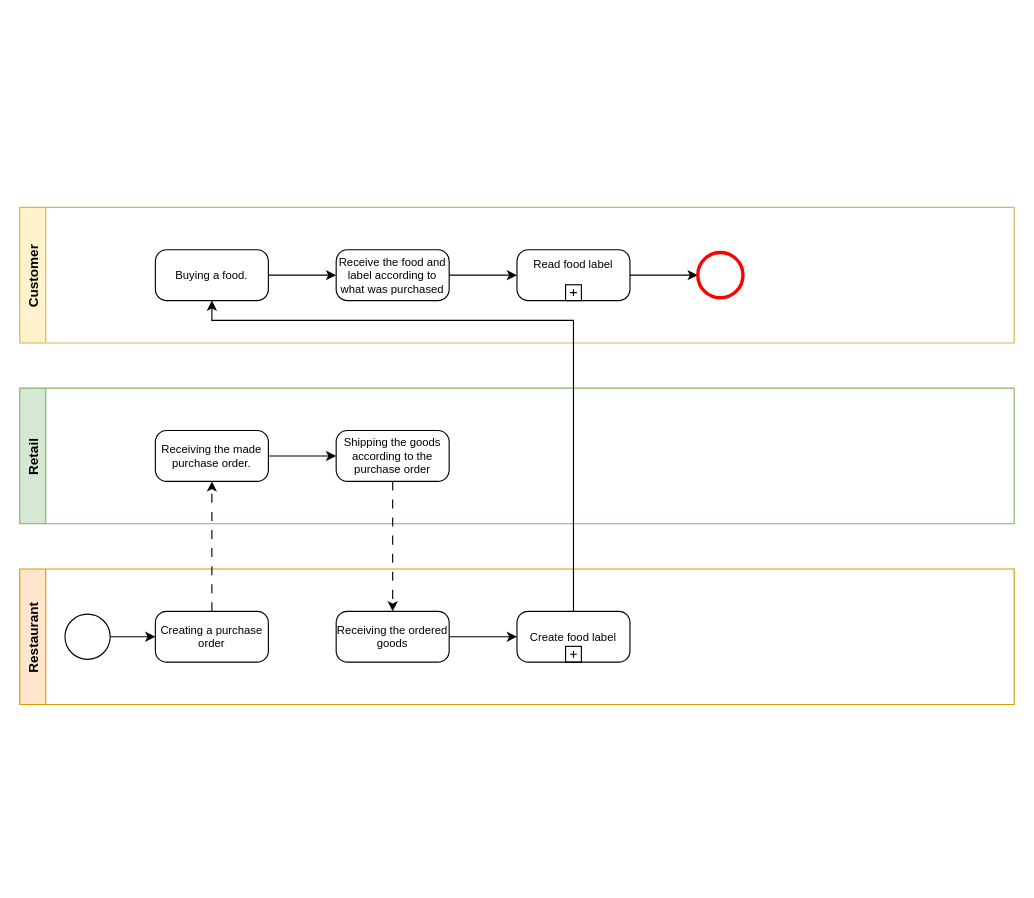
hanggaa/Diagram keeps this draw.io diagram as page "BPMN Level 2" (5 of 5) of Unique/Paper Safe Wallet.drawio. Above is the earlier version. Source tidied: cells renumbered, new cells numbered last; positions are measured from the earlier drawing's top-left corner, leaving out a move shared by most shapes. Both pictures are drawn from the tidied source at 113%, with x=0, y=0 at pixel (19, 207).
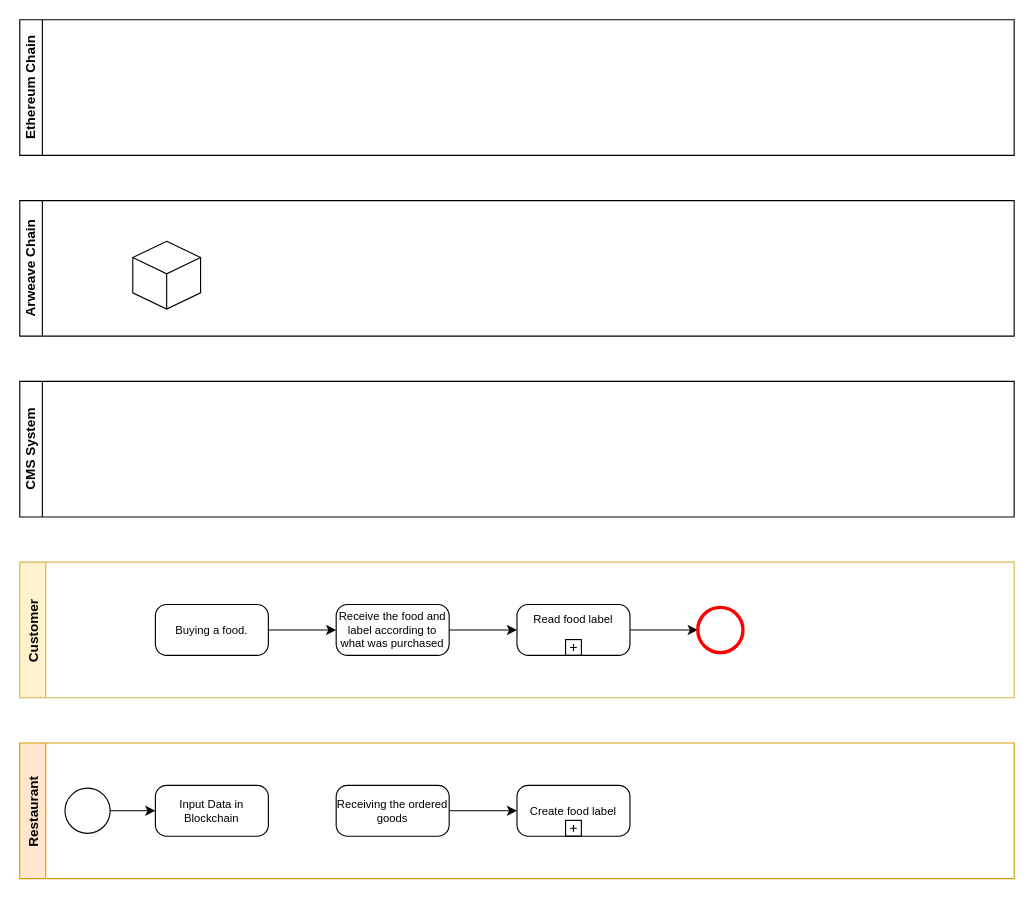
Above is the later version.

The change refers to these unchanged cells:
```xml
<mxCell id="11" value="Receiving the ordered goods" style="points=[[0.25,0,0],[0.5,0,0],[0.75,0,0],[1,0.25,0],[1,0.5,0],[1,0.75,0],[0.75,1,0],[0.5,1,0],[0.25,1,0],[0,0.75,0],[0,0.5,0],[0,0.25,0]];shape=mxgraph.bpmn.task;whiteSpace=wrap;rectStyle=rounded;size=10;taskMarker=abstract;fontSize=10;" parent="6" vertex="1">
  <mxGeometry x="280" y="37.5" width="100" height="45" as="geometry" />
</mxCell>
<mxCell id="12" value="Create food label" style="points=[[0.25,0,0],[0.5,0,0],[0.75,0,0],[1,0.25,0],[1,0.5,0],[1,0.75,0],[0.75,1,0],[0.5,1,0],[0.25,1,0],[0,0.75,0],[0,0.5,0],[0,0.25,0]];shape=mxgraph.bpmn.task;whiteSpace=wrap;rectStyle=rounded;size=10;taskMarker=abstract;isLoopSub=1;fontSize=10;" parent="6" vertex="1">
  <mxGeometry x="440" y="37.5" width="100" height="45" as="geometry" />
</mxCell>
<mxCell id="15" value="Buying a food." style="points=[[0.25,0,0],[0.5,0,0],[0.75,0,0],[1,0.25,0],[1,0.5,0],[1,0.75,0],[0.75,1,0],[0.5,1,0],[0.25,1,0],[0,0.75,0],[0,0.5,0],[0,0.25,0]];shape=mxgraph.bpmn.task;whiteSpace=wrap;rectStyle=rounded;size=10;taskMarker=abstract;fontSize=10;" parent="13" vertex="1">
  <mxGeometry x="120" y="37.5" width="100" height="45" as="geometry" />
</mxCell>
```

Change to the diagram source:
```diff
@@
-    <mxCell id="2" value="Retail" style="swimlane;horizontal=0;fillColor=#d5e8d4;strokeColor=#82b366;" parent="1" vertex="1">
-      <mxGeometry y="160" width="880" height="120" as="geometry" />
-    </mxCell>
-    <mxCell id="3" style="edgeStyle=orthogonalEdgeStyle;rounded=0;jettySize=auto;html=1;exitX=1;exitY=0.5;exitDx=0;exitDy=0;exitPerimeter=0;entryX=0;entryY=0.5;entryDx=0;entryDy=0;entryPerimeter=0;" parent="2" edge="1" source="4" target="5">
-      <mxGeometry relative="1" as="geometry" />
-    </mxCell>
-    <mxCell id="4" value="Receiving the made purchase order." style="points=[[0.25,0,0],[0.5,0,0],[0.75,0,0],[1,0.25,0],[1,0.5,0],[1,0.75,0],[0.75,1,0],[0.5,1,0],[0.25,1,0],[0,0.75,0],[0,0.5,0],[0,0.25,0]];shape=mxgraph.bpmn.task;whiteSpace=wrap;rectStyle=rounded;size=10;taskMarker=abstract;fontSize=10;" parent="2" vertex="1">
-      <mxGeometry x="120" y="37.5" width="100" height="45" as="geometry" />
-    </mxCell>
-    <mxCell id="5" value="Shipping the goods according to the purchase order" style="points=[[0.25,0,0],[0.5,0,0],[0.75,0,0],[1,0.25,0],[1,0.5,0],[1,0.75,0],[0.75,1,0],[0.5,1,0],[0.25,1,0],[0,0.75,0],[0,0.5,0],[0,0.25,0]];shape=mxgraph.bpmn.task;whiteSpace=wrap;rectStyle=rounded;size=10;taskMarker=abstract;fontSize=10;" parent="2" vertex="1">
-      <mxGeometry x="280" y="37.5" width="100" height="45" as="geometry" />
-    </mxCell>
     <mxCell id="6" value="Restaurant" style="swimlane;horizontal=0;startSize=23;fillColor=#ffe6cc;strokeColor=#d79b00;" parent="1" vertex="1">
-      <mxGeometry y="320" width="880" height="120" as="geometry" />
+      <mxGeometry y="474" width="880" height="120" as="geometry" />
     </mxCell>
-    <mxCell id="7" value="Creating a purchase order" style="points=[[0.25,0,0],[0.5,0,0],[0.75,0,0],[1,0.25,0],[1,0.5,0],[1,0.75,0],[0.75,1,0],[0.5,1,0],[0.25,1,0],[0,0.75,0],[0,0.5,0],[0,0.25,0]];shape=mxgraph.bpmn.task;whiteSpace=wrap;rectStyle=rounded;size=10;taskMarker=abstract;fontSize=10;" parent="6" vertex="1">
+    <mxCell id="7" value="Input Data in Blockchain" style="points=[[0.25,0,0],[0.5,0,0],[0.75,0,0],[1,0.25,0],[1,0.5,0],[1,0.75,0],[0.75,1,0],[0.5,1,0],[0.25,1,0],[0,0.75,0],[0,0.5,0],[0,0.25,0]];shape=mxgraph.bpmn.task;whiteSpace=wrap;rectStyle=rounded;size=10;taskMarker=abstract;fontSize=10;" parent="6" vertex="1">
       <mxGeometry x="120" y="37.5" width="100" height="45" as="geometry" />
     </mxCell>
@@
     <mxCell id="13" value="Customer" style="swimlane;horizontal=0;startSize=23;fillColor=#fff2cc;strokeColor=#d6b656;" parent="1" vertex="1">
-      <mxGeometry width="880" height="120" as="geometry" />
+      <mxGeometry y="314" width="880" height="120" as="geometry" />
     </mxCell>
@@
-    <mxCell id="21" style="edgeStyle=orthogonalEdgeStyle;rounded=0;jettySize=auto;html=1;entryX=0.5;entryY=1;entryDx=0;entryDy=0;entryPerimeter=0;dashed=1;dashPattern=8 8;" parent="1" edge="1" source="7" target="4">
-      <mxGeometry relative="1" as="geometry" />
-    </mxCell>
-    <mxCell id="22" style="edgeStyle=orthogonalEdgeStyle;rounded=0;jettySize=auto;html=1;entryX=0.5;entryY=0;entryDx=0;entryDy=0;entryPerimeter=0;dashed=1;dashPattern=8 8;" parent="1" edge="1" source="5" target="11">
-      <mxGeometry relative="1" as="geometry" />
-    </mxCell>
-    <mxCell id="23" style="edgeStyle=orthogonalEdgeStyle;rounded=0;jettySize=auto;html=1;entryX=0.5;entryY=1;entryDx=0;entryDy=0;entryPerimeter=0;" parent="1" edge="1" source="12" target="15">
-      <mxGeometry relative="1" as="geometry">
-        <Array as="points">
-          <mxPoint x="490" y="100" />
-          <mxPoint x="170" y="100" />
-        </Array>
-      </mxGeometry>
-    </mxCell>
+    <mxCell id="24" value="CMS System" style="swimlane;startSize=20;horizontal=0;html=1;whiteSpace=wrap;" parent="1" vertex="1">
+      <mxGeometry y="154" width="880" height="120" as="geometry" />
+    </mxCell>
+    <mxCell id="25" value="Arweave Chain" style="swimlane;startSize=20;horizontal=0;html=1;whiteSpace=wrap;" parent="1" vertex="1">
+      <mxGeometry y="-6" width="880" height="120" as="geometry" />
+    </mxCell>
+    <mxCell id="26" style="html=1;whiteSpace=wrap;shape=isoCube2;backgroundOutline=1;isoAngle=15;" parent="25" vertex="1">
+      <mxGeometry x="100" y="36" width="60" height="60" as="geometry" />
+    </mxCell>
+    <mxCell id="27" value="Ethereum Chain" style="swimlane;startSize=20;horizontal=0;html=1;whiteSpace=wrap;" parent="1" vertex="1">
+      <mxGeometry y="-166" width="880" height="120" as="geometry" />
+    </mxCell>
```
